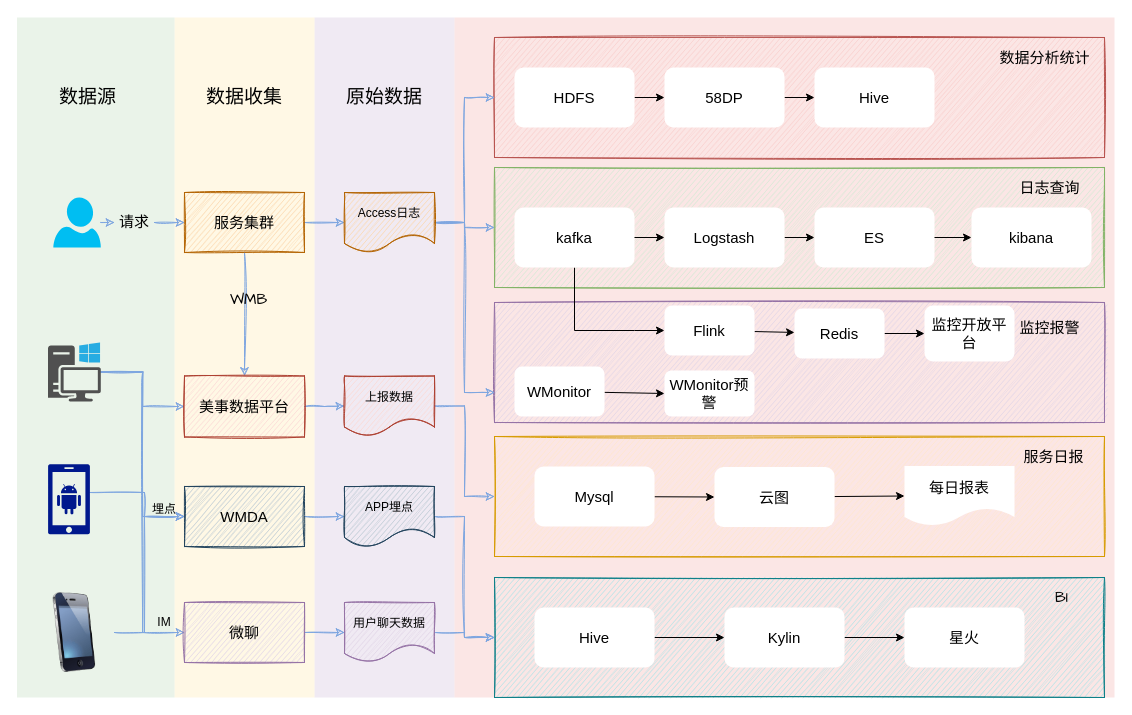
The draw.io diagram page "Page-2" (2 of 11) of shuzhi.drawio in nullbull/uml, before the edit. Source tidied: cells renumbered, new cells numbered last; positions are measured from the earlier drawing's top-left corner, leaving out a move shared by most shapes. Both pictures are drawn from the tidied source at 100%, with x=0, y=0 at pixel (17, 17).
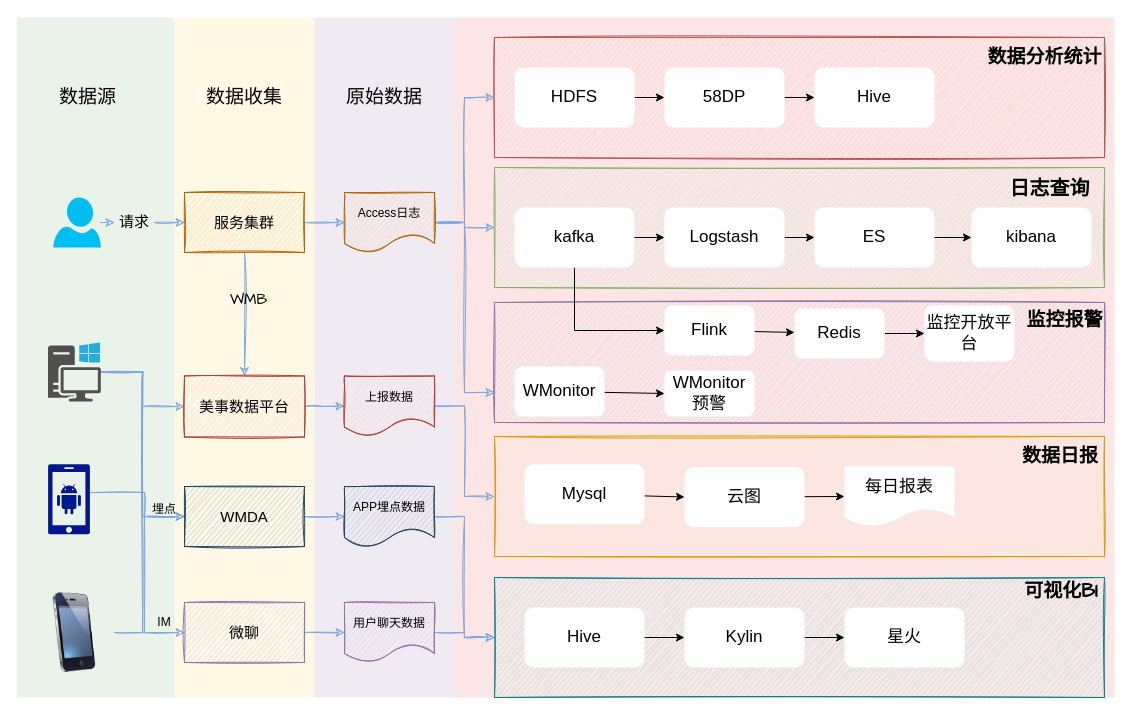
After the change.

The edit, as a diff of the source:
```diff
@@
-    <mxCell id="6" style="rounded=0;whiteSpace=wrap;html=1;sketch=1;fillColor=#ffe6cc;strokeColor=#d79b00;fontSize=15;" parent="1" vertex="1">
+    <mxCell id="6" style="rounded=0;whiteSpace=wrap;html=1;sketch=1;fillColor=#ffe6cc;strokeColor=#d79b00;fontSize=17;" parent="1" vertex="1">
       <mxGeometry x="477" y="419" width="610" height="120" as="geometry" />
     </mxCell>
-    <mxCell id="7" style="rounded=0;whiteSpace=wrap;html=1;sketch=1;fillColor=#e1d5e7;strokeColor=#9673a6;fontSize=15;" parent="1" vertex="1">
+    <mxCell id="7" style="rounded=0;whiteSpace=wrap;html=1;sketch=1;fillColor=#e1d5e7;strokeColor=#9673a6;fontSize=17;" parent="1" vertex="1">
       <mxGeometry x="477" y="285" width="610" height="120" as="geometry" />
     </mxCell>
-    <mxCell id="8" style="rounded=0;whiteSpace=wrap;html=1;sketch=1;fillColor=#d5e8d4;strokeColor=#82b366;fontSize=15;" parent="1" vertex="1">
+    <mxCell id="8" style="rounded=0;whiteSpace=wrap;html=1;sketch=1;fillColor=#d5e8d4;strokeColor=#82b366;fontSize=17;" parent="1" vertex="1">
       <mxGeometry x="477" y="150" width="610" height="120" as="geometry" />
     </mxCell>
-    <mxCell id="9" style="rounded=0;whiteSpace=wrap;html=1;sketch=1;strokeColor=#b85450;fillColor=#f8cecc;fontSize=15;" parent="1" vertex="1">
+    <mxCell id="9" style="rounded=0;whiteSpace=wrap;html=1;sketch=1;strokeColor=#b85450;fillColor=#f8cecc;fontSize=17;" parent="1" vertex="1">
       <mxGeometry x="477" y="20" width="610" height="120" as="geometry" />
     </mxCell>
@@
-    <mxCell id="14" style="rounded=0;sketch=0;jettySize=auto;html=1;entryX=0;entryY=0.5;entryDx=0;entryDy=0;exitX=0.5;exitY=1;exitDx=0;exitDy=0;" parent="1" edge="1" source="15" target="77">
+    <mxCell id="14" style="rounded=0;sketch=0;jettySize=auto;html=1;entryX=0;entryY=0.5;entryDx=0;entryDy=0;exitX=0.5;exitY=1;exitDx=0;exitDy=0;fontSize=17;" parent="1" edge="1" source="15" target="77">
       <mxGeometry relative="1" as="geometry">
         <Array as="points">
           <mxPoint x="557" y="313" />
           <mxPoint x="617" y="313" />
         </Array>
       </mxGeometry>
     </mxCell>
-    <mxCell id="15" value="kafka" style="rounded=1;whiteSpace=wrap;html=1;fontSize=15;strokeColor=none;" parent="1" vertex="1">
+    <mxCell id="15" value="kafka" style="rounded=1;whiteSpace=wrap;html=1;fontSize=17;strokeColor=none;" parent="1" vertex="1">
       <mxGeometry x="497" y="190" width="120" height="60" as="geometry" />
     </mxCell>
-    <mxCell id="16" style="edgeStyle=orthogonalEdgeStyle;rounded=0;jettySize=auto;html=1;exitX=1;exitY=0.5;exitDx=0;exitDy=0;entryX=0;entryY=0.5;entryDx=0;entryDy=0;fontSize=15;" parent="1" edge="1" source="17" target="21">
+    <mxCell id="16" style="edgeStyle=orthogonalEdgeStyle;rounded=0;jettySize=auto;html=1;exitX=1;exitY=0.5;exitDx=0;exitDy=0;entryX=0;entryY=0.5;entryDx=0;entryDy=0;fontSize=17;" parent="1" edge="1" source="17" target="21">
       <mxGeometry relative="1" as="geometry" />
     </mxCell>
-    <mxCell id="17" value="HDFS" style="rounded=1;whiteSpace=wrap;html=1;fontSize=15;strokeColor=none;" parent="1" vertex="1">
+    <mxCell id="17" value="HDFS" style="rounded=1;whiteSpace=wrap;html=1;fontSize=17;strokeColor=none;" parent="1" vertex="1">
       <mxGeometry x="497" y="50" width="120" height="60" as="geometry" />
     </mxCell>
-    <mxCell id="18" style="edgeStyle=none;rounded=0;sketch=0;jettySize=auto;html=1;entryX=0;entryY=0.5;entryDx=0;entryDy=0;fontFamily=Comic Sans MS;fontSize=15;" parent="1" edge="1" source="19" target="25">
+    <mxCell id="18" style="edgeStyle=none;rounded=0;sketch=0;jettySize=auto;html=1;entryX=0;entryY=0.5;entryDx=0;entryDy=0;fontFamily=Comic Sans MS;fontSize=17;" parent="1" edge="1" source="19" target="25">
       <mxGeometry relative="1" as="geometry" />
     </mxCell>
-    <mxCell id="19" value="WMonitor" style="rounded=1;whiteSpace=wrap;html=1;fontSize=15;strokeColor=none;" parent="1" vertex="1">
+    <mxCell id="19" value="WMonitor" style="rounded=1;whiteSpace=wrap;html=1;fontSize=17;strokeColor=none;" parent="1" vertex="1">
       <mxGeometry x="497" y="349" width="90" height="50" as="geometry" />
     </mxCell>
-    <mxCell id="20" style="edgeStyle=orthogonalEdgeStyle;rounded=0;jettySize=auto;html=1;exitX=1;exitY=0.5;exitDx=0;exitDy=0;entryX=0;entryY=0.5;entryDx=0;entryDy=0;fontSize=15;" parent="1" edge="1" source="21" target="22">
+    <mxCell id="20" style="edgeStyle=orthogonalEdgeStyle;rounded=0;jettySize=auto;html=1;exitX=1;exitY=0.5;exitDx=0;exitDy=0;entryX=0;entryY=0.5;entryDx=0;entryDy=0;fontSize=17;" parent="1" edge="1" source="21" target="22">
       <mxGeometry relative="1" as="geometry" />
     </mxCell>
-    <mxCell id="21" value="58DP" style="rounded=1;whiteSpace=wrap;html=1;fontSize=15;strokeColor=none;" parent="1" vertex="1">
+    <mxCell id="21" value="58DP" style="rounded=1;whiteSpace=wrap;html=1;fontSize=17;strokeColor=none;" parent="1" vertex="1">
       <mxGeometry x="647" y="50" width="120" height="60" as="geometry" />
     </mxCell>
-    <mxCell id="22" value="Hive" style="rounded=1;whiteSpace=wrap;html=1;fontSize=15;strokeColor=none;" parent="1" vertex="1">
+    <mxCell id="22" value="Hive" style="rounded=1;whiteSpace=wrap;html=1;fontSize=17;strokeColor=none;" parent="1" vertex="1">
       <mxGeometry x="797" y="50" width="120" height="60" as="geometry" />
     </mxCell>
-    <mxCell id="23" value="ES" style="rounded=1;whiteSpace=wrap;html=1;fontSize=15;strokeColor=none;" parent="1" vertex="1">
+    <mxCell id="23" value="ES" style="rounded=1;whiteSpace=wrap;html=1;fontSize=17;strokeColor=none;" parent="1" vertex="1">
       <mxGeometry x="797" y="190" width="120" height="60" as="geometry" />
     </mxCell>
-    <mxCell id="24" value="kibana" style="rounded=1;whiteSpace=wrap;html=1;fontSize=15;strokeColor=none;" parent="1" vertex="1">
+    <mxCell id="24" value="kibana" style="rounded=1;whiteSpace=wrap;html=1;fontSize=17;strokeColor=none;" parent="1" vertex="1">
       <mxGeometry x="954" y="190" width="120" height="60" as="geometry" />
     </mxCell>
-    <mxCell id="25" value="WMonitor预警" style="rounded=1;whiteSpace=wrap;html=1;fontSize=15;strokeColor=none;" parent="1" vertex="1">
+    <mxCell id="25" value="WMonitor预警" style="rounded=1;whiteSpace=wrap;html=1;fontSize=17;strokeColor=none;" parent="1" vertex="1">
       <mxGeometry x="647" y="353" width="90" height="46" as="geometry" />
     </mxCell>
-    <mxCell id="26" value="&lt;span style=&quot;font-size: 15px;&quot;&gt;数据分析统计&lt;/span&gt;" style="text;html=1;align=center;verticalAlign=middle;fontSize=15;" parent="1" vertex="1">
-      <mxGeometry x="972" y="30" width="110" height="20" as="geometry" />
+    <mxCell id="26" value="&lt;font style=&quot;font-size: 19px&quot;&gt;数据分析统计&lt;/font&gt;" style="text;html=1;align=center;verticalAlign=middle;fontSize=17;fontStyle=1;" parent="1" vertex="1">
+      <mxGeometry x="962" y="25" width="130" height="30" as="geometry" />
     </mxCell>
-    <mxCell id="27" value="&lt;span style=&quot;font-size: 15px;&quot;&gt;日志查询&lt;/span&gt;" style="text;html=1;align=center;verticalAlign=middle;fontSize=15;" parent="1" vertex="1">
-      <mxGeometry x="992" y="160" width="80" height="20" as="geometry" />
+    <mxCell id="27" value="&lt;span style=&quot;font-size: 20px;&quot;&gt;日志查询&lt;/span&gt;" style="text;html=1;align=center;verticalAlign=middle;fontSize=20;fontStyle=1;" parent="1" vertex="1">
+      <mxGeometry x="982" y="155" width="100" height="30" as="geometry" />
     </mxCell>
-    <mxCell id="28" value="监控报警" style="text;html=1;align=center;verticalAlign=middle;fontSize=15;" parent="1" vertex="1">
-      <mxGeometry x="992" y="300" width="80" height="20" as="geometry" />
+    <mxCell id="28" value="监控报警" style="text;html=1;align=center;verticalAlign=middle;fontSize=19;fontStyle=1;" parent="1" vertex="1">
+      <mxGeometry x="1002" y="288" width="90" height="30" as="geometry" />
     </mxCell>
@@
-    <mxCell id="31" style="edgeStyle=orthogonalEdgeStyle;rounded=0;jettySize=auto;html=1;exitX=1;exitY=0.5;exitDx=0;exitDy=0;entryX=0;entryY=0.5;entryDx=0;entryDy=0;fontSize=15;" parent="1" edge="1" target="33">
+    <mxCell id="31" style="edgeStyle=orthogonalEdgeStyle;rounded=0;jettySize=auto;html=1;exitX=1;exitY=0.5;exitDx=0;exitDy=0;entryX=0;entryY=0.5;entryDx=0;entryDy=0;fontSize=17;" parent="1" edge="1" target="33">
       <mxGeometry relative="1" as="geometry">
         <mxPoint x="617" y="220" as="sourcePoint" />
       </mxGeometry>
     </mxCell>
-    <mxCell id="32" style="edgeStyle=orthogonalEdgeStyle;rounded=0;jettySize=auto;html=1;exitX=1;exitY=0.5;exitDx=0;exitDy=0;entryX=0;entryY=0.5;entryDx=0;entryDy=0;fontSize=15;" parent="1" edge="1" source="33">
+    <mxCell id="32" style="edgeStyle=orthogonalEdgeStyle;rounded=0;jettySize=auto;html=1;exitX=1;exitY=0.5;exitDx=0;exitDy=0;entryX=0;entryY=0.5;entryDx=0;entryDy=0;fontSize=17;" parent="1" edge="1" source="33">
       <mxGeometry relative="1" as="geometry">
         <mxPoint x="797" y="220" as="targetPoint" />
       </mxGeometry>
     </mxCell>
-    <mxCell id="33" value="Logstash" style="rounded=1;whiteSpace=wrap;html=1;fontSize=15;strokeColor=none;" parent="1" vertex="1">
+    <mxCell id="33" value="Logstash" style="rounded=1;whiteSpace=wrap;html=1;fontSize=17;strokeColor=none;" parent="1" vertex="1">
       <mxGeometry x="647" y="190" width="120" height="60" as="geometry" />
     </mxCell>
-    <mxCell id="34" style="edgeStyle=orthogonalEdgeStyle;rounded=0;jettySize=auto;html=1;exitX=1;exitY=0.5;exitDx=0;exitDy=0;entryX=0;entryY=0.5;entryDx=0;entryDy=0;fontSize=15;" parent="1" edge="1" target="24">
+    <mxCell id="34" style="edgeStyle=orthogonalEdgeStyle;rounded=0;jettySize=auto;html=1;exitX=1;exitY=0.5;exitDx=0;exitDy=0;entryX=0;entryY=0.5;entryDx=0;entryDy=0;fontSize=17;" parent="1" edge="1" target="24">
       <mxGeometry relative="1" as="geometry">
         <mxPoint x="917" y="220" as="sourcePoint" />
       </mxGeometry>
     </mxCell>
@@
-    <mxCell id="47" style="edgeStyle=none;rounded=0;jettySize=auto;html=1;entryX=0;entryY=0.5;entryDx=0;entryDy=0;fontSize=15;" parent="1" edge="1" source="48" target="50">
+    <mxCell id="47" style="edgeStyle=none;rounded=0;jettySize=auto;html=1;entryX=0;entryY=0.5;entryDx=0;entryDy=0;fontSize=17;" parent="1" edge="1" source="48" target="50">
       <mxGeometry relative="1" as="geometry" />
     </mxCell>
-    <mxCell id="48" value="Mysql" style="rounded=1;whiteSpace=wrap;html=1;sketch=0;fontSize=15;strokeColor=none;" parent="1" vertex="1">
-      <mxGeometry x="517" y="449" width="120" height="60" as="geometry" />
+    <mxCell id="48" value="Mysql" style="rounded=1;whiteSpace=wrap;html=1;sketch=0;fontSize=17;strokeColor=none;" parent="1" vertex="1">
+      <mxGeometry x="507" y="446.8" width="120" height="60" as="geometry" />
     </mxCell>
-    <mxCell id="49" style="edgeStyle=none;rounded=0;jettySize=auto;html=1;entryX=0;entryY=0.5;entryDx=0;entryDy=0;fontSize=15;" parent="1" edge="1" source="50" target="57">
+    <mxCell id="49" style="edgeStyle=none;rounded=0;jettySize=auto;html=1;entryX=0;entryY=0.5;entryDx=0;entryDy=0;fontSize=17;" parent="1" edge="1" source="50" target="57">
       <mxGeometry relative="1" as="geometry" />
     </mxCell>
-    <mxCell id="50" value="云图" style="rounded=1;whiteSpace=wrap;html=1;sketch=0;fontSize=15;strokeColor=none;" parent="1" vertex="1">
-      <mxGeometry x="697" y="449.5" width="120" height="60" as="geometry" />
+    <mxCell id="50" value="云图" style="rounded=1;whiteSpace=wrap;html=1;sketch=0;fontSize=17;strokeColor=none;" parent="1" vertex="1">
+      <mxGeometry x="667" y="449.5" width="120" height="60" as="geometry" />
     </mxCell>
-    <mxCell id="51" style="rounded=0;whiteSpace=wrap;html=1;sketch=1;fillColor=#b0e3e6;strokeColor=#0e8088;fontSize=15;" parent="1" vertex="1">
+    <mxCell id="51" style="rounded=0;whiteSpace=wrap;html=1;sketch=1;fillColor=#b0e3e6;strokeColor=#0e8088;fontSize=17;" parent="1" vertex="1">
       <mxGeometry x="477" y="560" width="610" height="120" as="geometry" />
     </mxCell>
-    <mxCell id="52" style="edgeStyle=none;rounded=0;jettySize=auto;html=1;fontSize=15;" parent="1" edge="1" source="53" target="55">
+    <mxCell id="52" style="edgeStyle=none;rounded=0;jettySize=auto;html=1;fontSize=17;" parent="1" edge="1" source="53" target="55">
       <mxGeometry relative="1" as="geometry" />
     </mxCell>
-    <mxCell id="53" value="Hive" style="rounded=1;whiteSpace=wrap;html=1;sketch=0;fontSize=15;strokeColor=none;" parent="1" vertex="1">
-      <mxGeometry x="517" y="590" width="120" height="60" as="geometry" />
+    <mxCell id="53" value="Hive" style="rounded=1;whiteSpace=wrap;html=1;sketch=0;fontSize=17;strokeColor=none;" parent="1" vertex="1">
+      <mxGeometry x="507" y="590" width="120" height="60" as="geometry" />
     </mxCell>
-    <mxCell id="54" style="edgeStyle=none;rounded=0;jettySize=auto;html=1;entryX=0;entryY=0.5;entryDx=0;entryDy=0;fontSize=15;" parent="1" edge="1" source="55" target="56">
+    <mxCell id="54" style="edgeStyle=none;rounded=0;jettySize=auto;html=1;entryX=0;entryY=0.5;entryDx=0;entryDy=0;fontSize=17;" parent="1" edge="1" source="55" target="56">
       <mxGeometry relative="1" as="geometry" />
     </mxCell>
-    <mxCell id="55" value="Kylin" style="rounded=1;whiteSpace=wrap;html=1;sketch=0;fontSize=15;strokeColor=none;" parent="1" vertex="1">
-      <mxGeometry x="707" y="590" width="120" height="60" as="geometry" />
+    <mxCell id="55" value="Kylin" style="rounded=1;whiteSpace=wrap;html=1;sketch=0;fontSize=17;strokeColor=none;" parent="1" vertex="1">
+      <mxGeometry x="667" y="590" width="120" height="60" as="geometry" />
     </mxCell>
-    <mxCell id="56" value="星火" style="rounded=1;whiteSpace=wrap;html=1;sketch=0;fontSize=15;strokeColor=none;" parent="1" vertex="1">
-      <mxGeometry x="887" y="590" width="120" height="60" as="geometry" />
+    <mxCell id="56" value="星火" style="rounded=1;whiteSpace=wrap;html=1;sketch=0;fontSize=17;strokeColor=none;" parent="1" vertex="1">
+      <mxGeometry x="827" y="590" width="120" height="60" as="geometry" />
     </mxCell>
-    <mxCell id="57" value="每日报表" style="shape=document;whiteSpace=wrap;html=1;boundedLbl=1;sketch=0;fontSize=15;strokeColor=none;" parent="1" vertex="1">
-      <mxGeometry x="887" y="448.5" width="110" height="60" as="geometry" />
+    <mxCell id="57" value="每日报表" style="shape=document;whiteSpace=wrap;html=1;boundedLbl=1;sketch=0;fontSize=17;strokeColor=none;" parent="1" vertex="1">
+      <mxGeometry x="827" y="449" width="110" height="60" as="geometry" />
     </mxCell>
-    <mxCell id="58" value="服务日报" style="text;html=1;strokeColor=none;fillColor=none;align=center;verticalAlign=middle;whiteSpace=wrap;rounded=0;shadow=0;sketch=0;fontFamily=Comic Sans MS;fontSize=15;" parent="1" vertex="1">
-      <mxGeometry x="999" y="429.5" width="75" height="20" as="geometry" />
+    <mxCell id="58" value="数据日报" style="text;html=1;strokeColor=none;fillColor=none;align=center;verticalAlign=middle;whiteSpace=wrap;rounded=0;shadow=0;sketch=0;fontFamily=Comic Sans MS;fontSize=19;fontStyle=1;" parent="1" vertex="1">
+      <mxGeometry x="999" y="429.5" width="88" height="20" as="geometry" />
     </mxCell>
-    <mxCell id="59" value="BI" style="text;html=1;strokeColor=none;fillColor=none;align=center;verticalAlign=middle;whiteSpace=wrap;rounded=0;shadow=0;sketch=0;fontFamily=Comic Sans MS;fontSize=15;" parent="1" vertex="1">
-      <mxGeometry x="1007" y="570" width="75" height="20" as="geometry" />
+    <mxCell id="59" value="可视化BI" style="text;html=1;strokeColor=none;fillColor=none;align=center;verticalAlign=middle;whiteSpace=wrap;rounded=0;shadow=0;sketch=0;fontFamily=Comic Sans MS;fontSize=19;fontStyle=1;" parent="1" vertex="1">
+      <mxGeometry x="999" y="565" width="90" height="20" as="geometry" />
     </mxCell>
@@
-    <mxCell id="71" value="APP埋点" style="shape=document;whiteSpace=wrap;html=1;boundedLbl=1;sketch=1;fillColor=#BAC8D3;strokeColor=#23445D;" parent="1" vertex="1">
+    <mxCell id="71" value="APP埋点数据" style="shape=document;whiteSpace=wrap;html=1;boundedLbl=1;sketch=1;fillColor=#BAC8D3;strokeColor=#23445D;" parent="1" vertex="1">
       <mxGeometry x="327" y="469" width="90" height="60" as="geometry" />
     </mxCell>
@@
-    <mxCell id="76" style="edgeStyle=none;rounded=0;sketch=0;jettySize=auto;html=1;strokeColor=#000000;" parent="1" edge="1" source="77" target="79">
+    <mxCell id="76" style="edgeStyle=none;rounded=0;sketch=0;jettySize=auto;html=1;strokeColor=#000000;fontSize=17;" parent="1" edge="1" source="77" target="79">
       <mxGeometry relative="1" as="geometry" />
     </mxCell>
-    <mxCell id="77" value="Flink" style="rounded=1;whiteSpace=wrap;html=1;fontSize=15;strokeColor=none;" parent="1" vertex="1">
+    <mxCell id="77" value="Flink" style="rounded=1;whiteSpace=wrap;html=1;fontSize=17;strokeColor=none;" parent="1" vertex="1">
       <mxGeometry x="647" y="288" width="90" height="50" as="geometry" />
     </mxCell>
-    <mxCell id="78" style="edgeStyle=none;rounded=0;sketch=0;jettySize=auto;html=1;strokeColor=#000000;" parent="1" edge="1" source="79" target="80">
+    <mxCell id="78" style="edgeStyle=none;rounded=0;sketch=0;jettySize=auto;html=1;strokeColor=#000000;fontSize=17;" parent="1" edge="1" source="79" target="80">
       <mxGeometry relative="1" as="geometry" />
     </mxCell>
-    <mxCell id="79" value="Redis" style="rounded=1;whiteSpace=wrap;html=1;fontSize=15;strokeColor=none;" parent="1" vertex="1">
+    <mxCell id="79" value="Redis" style="rounded=1;whiteSpace=wrap;html=1;fontSize=17;strokeColor=none;" parent="1" vertex="1">
       <mxGeometry x="777" y="291" width="90" height="50" as="geometry" />
     </mxCell>
-    <mxCell id="80" value="监控开放平台" style="rounded=1;whiteSpace=wrap;html=1;fontSize=15;strokeColor=none;" parent="1" vertex="1">
+    <mxCell id="80" value="监控开放平台" style="rounded=1;whiteSpace=wrap;html=1;fontSize=17;strokeColor=none;" parent="1" vertex="1">
       <mxGeometry x="907" y="288" width="90" height="56" as="geometry" />
     </mxCell>
```
